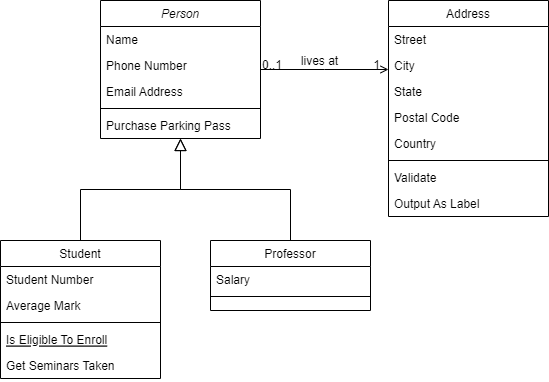
Before: vẽ class diagram cho web bán hàng.drawio.png, a diagram exported from draw.io (TTHTech/Diagram). Source tidied: cells renumbered, new cells last; positions are measured from the earlier drawing's top-left corner, leaving out a move shared by most shapes.
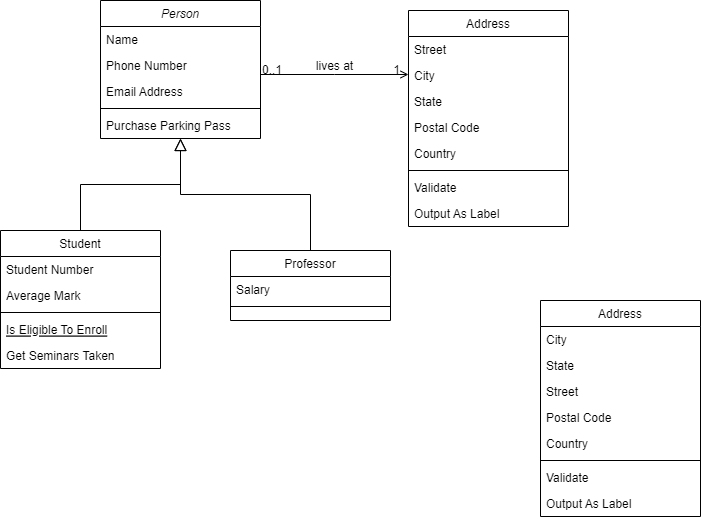
Above is the later version.

Commit message:
Cập nhật vẽ class diagram cho web bán hàng.drawio.png

Change to the diagram source:
```diff
@@ -3,7 +3,7 @@
     <mxCell id="0" />
     <mxCell id="1" parent="0" />
     <mxCell id="2" value="Person" style="swimlane;fontStyle=2;align=center;verticalAlign=top;horizontal=1;startSize=26;rounded=0;shadow=0;strokeWidth=1;" parent="1" vertex="1">
-      <mxGeometry x="100" width="160" height="138" as="geometry" />
+      <mxGeometry x="80" y="-10" width="160" height="138" as="geometry" />
     </mxCell>
     <mxCell id="3" value="Name" style="text;align=left;verticalAlign=top;spacingLeft=4;spacingRight=4;overflow=hidden;" parent="2" vertex="1">
       <mxGeometry y="26" width="160" height="26" as="geometry" />
@@ -21,7 +21,7 @@
       <mxGeometry y="112" width="160" height="26" as="geometry" />
     </mxCell>
     <mxCell id="8" value="Student" style="swimlane;fontStyle=0;align=center;verticalAlign=top;horizontal=1;startSize=26;rounded=0;shadow=0;strokeWidth=1;" parent="1" vertex="1">
-      <mxGeometry y="240" width="160" height="138" as="geometry" />
+      <mxGeometry x="-20" y="220" width="160" height="138" as="geometry" />
     </mxCell>
     <mxCell id="9" value="Student Number" style="text;align=left;verticalAlign=top;spacingLeft=4;spacingRight=4;overflow=hidden;" parent="8" vertex="1">
       <mxGeometry y="26" width="160" height="26" as="geometry" />
@@ -100,5 +100,32 @@
         <mxPoint x="-38" y="40" as="offset" />
       </mxGeometry>
     </mxCell>
+    <mxCell id="32" value="Address" style="swimlane;fontStyle=0;align=center;verticalAlign=top;horizontal=1;startSize=26;rounded=0;shadow=0;strokeWidth=1;" parent="1" vertex="1">
+      <mxGeometry x="520" y="290" width="160" height="216" as="geometry" />
+    </mxCell>
+    <mxCell id="33" value="City" style="text;align=left;verticalAlign=top;spacingLeft=4;spacingRight=4;overflow=hidden;rounded=0;shadow=0;html=0;" parent="32" vertex="1">
+      <mxGeometry y="26" width="160" height="26" as="geometry" />
+    </mxCell>
+    <mxCell id="34" value="State" style="text;align=left;verticalAlign=top;spacingLeft=4;spacingRight=4;overflow=hidden;rounded=0;shadow=0;html=0;" parent="32" vertex="1">
+      <mxGeometry y="52" width="160" height="26" as="geometry" />
+    </mxCell>
+    <mxCell id="35" value="Street" style="text;align=left;verticalAlign=top;spacingLeft=4;spacingRight=4;overflow=hidden;" parent="32" vertex="1">
+      <mxGeometry y="78" width="160" height="26" as="geometry" />
+    </mxCell>
+    <mxCell id="36" value="Postal Code" style="text;align=left;verticalAlign=top;spacingLeft=4;spacingRight=4;overflow=hidden;rounded=0;shadow=0;html=0;" parent="32" vertex="1">
+      <mxGeometry y="104" width="160" height="26" as="geometry" />
+    </mxCell>
+    <mxCell id="37" value="Country" style="text;align=left;verticalAlign=top;spacingLeft=4;spacingRight=4;overflow=hidden;rounded=0;shadow=0;html=0;" parent="32" vertex="1">
+      <mxGeometry y="130" width="160" height="26" as="geometry" />
+    </mxCell>
+    <mxCell id="38" style="line;html=1;strokeWidth=1;align=left;verticalAlign=middle;spacingTop=-1;spacingLeft=3;spacingRight=3;labelPosition=right;" parent="32" vertex="1">
+      <mxGeometry y="156" width="160" height="8" as="geometry" />
+    </mxCell>
+    <mxCell id="39" value="Validate" style="text;align=left;verticalAlign=top;spacingLeft=4;spacingRight=4;overflow=hidden;" parent="32" vertex="1">
+      <mxGeometry y="164" width="160" height="26" as="geometry" />
+    </mxCell>
+    <mxCell id="40" value="Output As Label" style="text;align=left;verticalAlign=top;spacingLeft=4;spacingRight=4;overflow=hidden;" parent="32" vertex="1">
+      <mxGeometry y="190" width="160" height="26" as="geometry" />
+    </mxCell>
   </root>
 </mxGraphModel>
```
